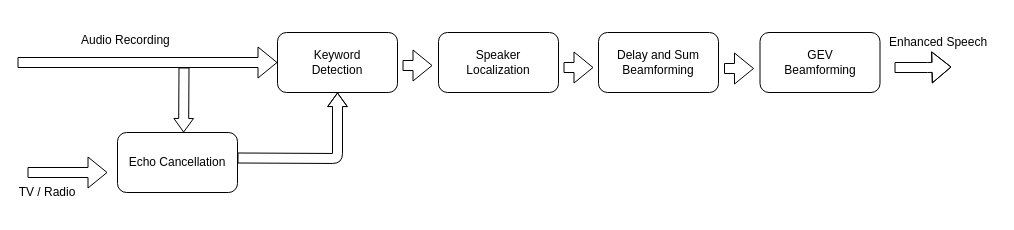
Above: vocadom_doa_se.drawio in sunits/Random (draw.io), before the change. Source tidied: cells renumbered, new cells numbered last; positions are measured from the earlier drawing's top-left corner, leaving out a move shared by most shapes. Both pictures are drawn from the tidied source at 100%, with x=0, y=0 at pixel (17, 30).
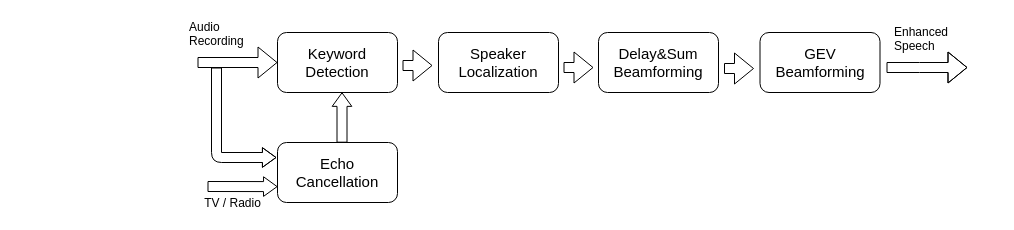
Above is the later version.

The edit, as a diff of the source:
```diff
@@
-    <mxCell id="2" value="&lt;div&gt;Speaker&lt;/div&gt;&lt;div&gt;Localization&lt;br&gt;&lt;/div&gt;" style="rounded=1;whiteSpace=wrap;html=1;comic=0;" parent="1" vertex="1">
+    <mxCell id="2" value="&lt;div style=&quot;font-size: 15px&quot;&gt;&lt;font style=&quot;font-size: 15px&quot;&gt;Speaker&lt;/font&gt;&lt;/div&gt;&lt;div style=&quot;font-size: 15px&quot;&gt;&lt;font style=&quot;font-size: 15px&quot;&gt;Localization&lt;br&gt;&lt;/font&gt;&lt;/div&gt;" style="rounded=1;whiteSpace=wrap;html=1;comic=0;" parent="1" vertex="1">
       <mxGeometry x="421" y="2" width="120" height="60" as="geometry" />
     </mxCell>
-    <mxCell id="3" value="&lt;div&gt;Keyword&lt;/div&gt;&lt;div&gt;Detection&lt;br&gt;&lt;/div&gt;" style="rounded=1;whiteSpace=wrap;html=1;comic=0;" parent="1" vertex="1">
+    <mxCell id="3" value="&lt;div style=&quot;font-size: 15px&quot;&gt;&lt;font style=&quot;font-size: 15px&quot;&gt;Keyword&lt;/font&gt;&lt;/div&gt;&lt;div style=&quot;font-size: 15px&quot;&gt;&lt;font style=&quot;font-size: 15px&quot;&gt;Detection&lt;br&gt;&lt;/font&gt;&lt;/div&gt;" style="rounded=1;whiteSpace=wrap;html=1;comic=0;" parent="1" vertex="1">
       <mxGeometry x="260" y="2" width="120" height="60" as="geometry" />
     </mxCell>
-    <mxCell id="4" value="&lt;div&gt;Delay and Sum&lt;/div&gt;&lt;div&gt;Beamforming&lt;br&gt;&lt;/div&gt;" style="rounded=1;whiteSpace=wrap;html=1;comic=0;" parent="1" vertex="1">
+    <mxCell id="4" value="&lt;div style=&quot;font-size: 15px&quot;&gt;&lt;font style=&quot;font-size: 15px&quot;&gt;Delay&amp;amp;Sum&lt;/font&gt;&lt;/div&gt;&lt;div style=&quot;font-size: 15px&quot;&gt;&lt;font style=&quot;font-size: 15px&quot;&gt;Beamforming&lt;br&gt;&lt;/font&gt;&lt;/div&gt;" style="rounded=1;whiteSpace=wrap;html=1;comic=0;" parent="1" vertex="1">
       <mxGeometry x="581" y="2" width="120" height="60" as="geometry" />
     </mxCell>
-    <mxCell id="5" value="&lt;div&gt;GEV&lt;/div&gt;&lt;div&gt;Beamforming&lt;br&gt;&lt;/div&gt;" style="rounded=1;whiteSpace=wrap;html=1;comic=0;" parent="1" vertex="1">
+    <mxCell id="5" value="&lt;div style=&quot;font-size: 15px&quot;&gt;&lt;font style=&quot;font-size: 15px&quot;&gt;GEV&lt;/font&gt;&lt;/div&gt;&lt;div style=&quot;font-size: 15px&quot;&gt;&lt;font style=&quot;font-size: 15px&quot;&gt;Beamforming&lt;br&gt;&lt;/font&gt;&lt;/div&gt;" style="rounded=1;whiteSpace=wrap;html=1;comic=0;" parent="1" vertex="1">
       <mxGeometry x="742.5" y="2" width="120" height="60" as="geometry" />
     </mxCell>
@@
-    <mxCell id="9" value="Echo Cancellation" style="rounded=1;whiteSpace=wrap;html=1;comic=0;" parent="1" vertex="1">
-      <mxGeometry x="100" y="102" width="120" height="60" as="geometry" />
+    <mxCell id="9" value="&lt;font style=&quot;font-size: 15px&quot;&gt;Echo Cancellation&lt;/font&gt;" style="rounded=1;whiteSpace=wrap;html=1;comic=0;" parent="1" vertex="1">
+      <mxGeometry x="260" y="112" width="120" height="60" as="geometry" />
     </mxCell>
-    <mxCell id="10" style="shape=flexArrow;endArrow=classic;html=1;" parent="1" edge="1">
-      <mxGeometry relative="1" as="geometry">
-        <mxPoint x="10" y="142" as="sourcePoint" />
-        <mxPoint x="90" y="142" as="targetPoint" />
-      </mxGeometry>
-    </mxCell>
-    <mxCell id="11" value="TV / Radio" style="text;html=1;strokeColor=none;fillColor=none;align=center;verticalAlign=middle;whiteSpace=wrap;rounded=0;" parent="1" vertex="1">
-      <mxGeometry y="152" width="60" height="20" as="geometry" />
+    <mxCell id="11" value="&lt;font style=&quot;font-size: 12px&quot;&gt;TV / Radio&lt;/font&gt;" style="text;html=1;strokeColor=none;fillColor=none;align=center;verticalAlign=middle;whiteSpace=wrap;rounded=0;" parent="1" vertex="1">
+      <mxGeometry x="158" y="163" width="115" height="20" as="geometry" />
     </mxCell>
     <mxCell id="12" style="shape=flexArrow;endArrow=classic;html=1;entryX=0;entryY=0.5;entryDx=0;entryDy=0;" parent="1" edge="1" target="3">
       <mxGeometry relative="1" as="geometry">
-        <mxPoint y="32" as="sourcePoint" />
+        <mxPoint x="180" y="32" as="sourcePoint" />
       </mxGeometry>
     </mxCell>
-    <mxCell id="13" style="shape=flexArrow;endArrow=classic;html=1;entryX=0.551;entryY=0.001;entryDx=0;entryDy=0;entryPerimeter=0;endWidth=8.604651162790699;endSize=4.186046511627907;" parent="1" edge="1" target="9">
+    <mxCell id="13" style="shape=flexArrow;endArrow=classic;html=1;endWidth=8.604651162790699;endSize=4.186046511627907;exitX=0.537;exitY=0.02;exitDx=0;exitDy=0;exitPerimeter=0;entryX=0.538;entryY=1.013;entryDx=0;entryDy=0;entryPerimeter=0;" parent="1" edge="1">
       <mxGeometry relative="1" as="geometry">
-        <mxPoint x="166.5" y="37" as="sourcePoint" />
+        <mxPoint x="324.5" y="112.2" as="sourcePoint" />
+        <mxPoint x="324.5" y="61.8" as="targetPoint" />
       </mxGeometry>
     </mxCell>
-    <mxCell id="14" value="Audio Recording" style="text;html=1;align=left;verticalAlign=top;spacingTop=-4;" parent="1" vertex="1">
-      <mxGeometry x="62" width="100" height="20" as="geometry" />
+    <mxCell id="14" value="&lt;div&gt;&lt;font style=&quot;font-size: 12px&quot;&gt;Audio &lt;br&gt;&lt;/font&gt;&lt;/div&gt;&lt;div&gt;&lt;font style=&quot;font-size: 12px&quot;&gt;Recording&lt;/font&gt;&lt;/div&gt;" style="text;html=1;align=left;verticalAlign=top;spacingTop=-4;" parent="1" vertex="1">
+      <mxGeometry x="170" y="-13" width="70" height="30" as="geometry" />
     </mxCell>
-    <mxCell id="15" style="shape=flexArrow;endArrow=classic;html=1;endWidth=8.604651162790699;endSize=4.186046511627907;entryX=0.5;entryY=1;entryDx=0;entryDy=0;" parent="1" edge="1" target="3">
+    <mxCell id="15" style="shape=flexArrow;endArrow=classic;html=1;endWidth=8.604651162790699;endSize=4.186046511627907;" parent="1" edge="1">
       <mxGeometry relative="1" as="geometry">
-        <mxPoint x="220" y="127.5" as="sourcePoint" />
+        <mxPoint x="199" y="37" as="sourcePoint" />
+        <mxPoint x="259" y="127" as="targetPoint" />
         <Array as="points">
-          <mxPoint x="320" y="128" />
+          <mxPoint x="199" y="127" />
         </Array>
       </mxGeometry>
     </mxCell>
     <mxCell id="16" style="shape=flexArrow;endArrow=classic;html=1;" parent="1" edge="1">
       <mxGeometry relative="1" as="geometry">
-        <mxPoint x="877" y="37" as="sourcePoint" />
-        <mxPoint x="934" y="36.5" as="targetPoint" />
+        <mxPoint x="869" y="37" as="sourcePoint" />
+        <mxPoint x="950" y="37" as="targetPoint" />
         <Array as="points">
-          <mxPoint x="910" y="37" />
+          <mxPoint x="902" y="37" />
         </Array>
       </mxGeometry>
     </mxCell>
-    <mxCell id="17" value="Enhanced Speech" style="text;html=1;align=left;verticalAlign=top;spacingTop=-4;" parent="1" vertex="1">
-      <mxGeometry x="870" y="2" width="110" height="20" as="geometry" />
+    <mxCell id="17" value="&lt;div&gt;&lt;font style=&quot;font-size: 12px&quot;&gt;Enhanced&lt;/font&gt;&lt;/div&gt;&lt;div&gt;&lt;font style=&quot;font-size: 12px&quot;&gt; Speech&lt;/font&gt;&lt;/div&gt;" style="text;html=1;align=left;verticalAlign=top;spacingTop=-4;" parent="1" vertex="1">
+      <mxGeometry x="875" y="-8" width="70" height="30" as="geometry" />
     </mxCell>
+    <mxCell id="18" style="shape=flexArrow;endArrow=classic;html=1;endWidth=8.604651162790699;endSize=4.186046511627907;entryX=0;entryY=0.837;entryDx=0;entryDy=0;entryPerimeter=0;" parent="1" edge="1">
+      <mxGeometry relative="1" as="geometry">
+        <mxPoint x="190" y="156" as="sourcePoint" />
+        <mxPoint x="260.1" y="156.1" as="targetPoint" />
+      </mxGeometry>
+    </mxCell>
```
